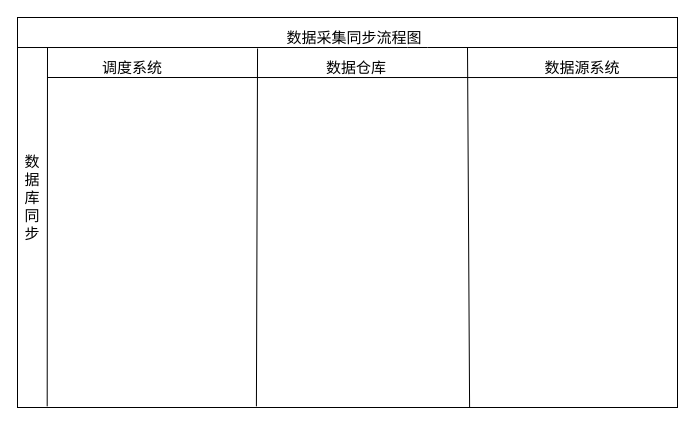
The draw.io diagram ods采集.drawio in 7970691/diagrams, before the edit. Source tidied: cells renumbered, new cells numbered last; positions are measured from the earlier drawing's top-left corner, leaving out a move shared by most shapes. Both pictures are drawn from the tidied source at 100%, with x=0, y=0 at pixel (17, 17).
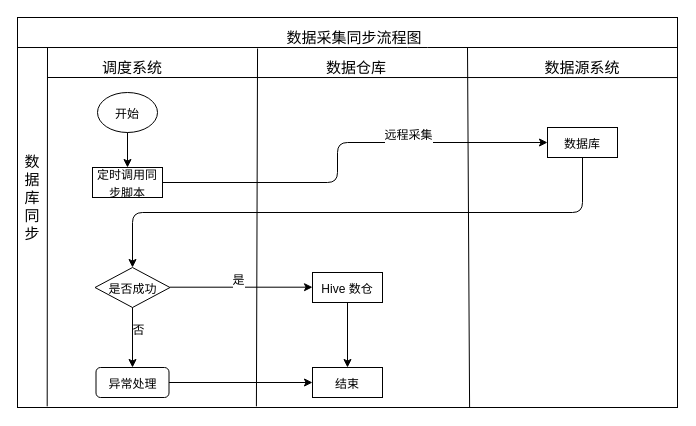
The same page after the edit.

Diff of the diagram source:
```diff
@@
+    <mxCell id="13" value="&lt;font style=&quot;font-size: 12px&quot;&gt;开始&lt;/font&gt;" style="ellipse;whiteSpace=wrap;html=1;strokeWidth=1;fillColor=none;fontSize=15;spacing=2;" parent="1" vertex="1">
+      <mxGeometry x="80" y="75" width="60" height="40" as="geometry" />
+    </mxCell>
+    <mxCell id="14" value="&lt;font style=&quot;font-size: 12px&quot;&gt;数据库&lt;/font&gt;" style="rounded=0;whiteSpace=wrap;html=1;strokeWidth=1;fillColor=none;fontSize=15;" parent="1" vertex="1">
+      <mxGeometry x="530" y="110" width="70" height="30" as="geometry" />
+    </mxCell>
+    <mxCell id="15" style="edgeStyle=elbowEdgeStyle;elbow=horizontal;endArrow=classic;html=1;fontSize=15;entryX=0;entryY=0.5;entryDx=0;entryDy=0;exitX=1;exitY=0.5;exitDx=0;exitDy=0;" parent="1" edge="1" source="17" target="14">
+      <mxGeometry relative="1" as="geometry">
+        <Array as="points">
+          <mxPoint x="320" y="140" />
+        </Array>
+      </mxGeometry>
+    </mxCell>
+    <mxCell id="16" value="&lt;font style=&quot;font-size: 12px&quot;&gt;远程采集&lt;/font&gt;" style="edgeLabel;html=1;align=center;verticalAlign=middle;fontSize=15;" parent="15" vertex="1">
+      <mxGeometry x="0.25" y="-4" relative="1" as="geometry">
+        <mxPoint x="19" y="-14" as="offset" />
+      </mxGeometry>
+    </mxCell>
+    <mxCell id="17" value="&lt;font style=&quot;font-size: 12px&quot;&gt;定时调用同步脚本&lt;/font&gt;" style="rounded=0;whiteSpace=wrap;html=1;strokeWidth=1;fillColor=none;fontSize=15;" parent="1" vertex="1">
+      <mxGeometry x="75" y="150" width="70" height="30" as="geometry" />
+    </mxCell>
+    <mxCell id="18" style="endArrow=classic;html=1;fontSize=15;exitX=0.5;exitY=1;exitDx=0;exitDy=0;" parent="1" edge="1" source="13" target="17">
+      <mxGeometry relative="1" as="geometry" />
+    </mxCell>
+    <mxCell id="19" value="&lt;font style=&quot;font-size: 12px&quot;&gt;是否成功&lt;/font&gt;" style="rhombus;whiteSpace=wrap;html=1;strokeWidth=1;fillColor=none;fontSize=15;" parent="1" vertex="1">
+      <mxGeometry x="77.5" y="250" width="75" height="40" as="geometry" />
+    </mxCell>
+    <mxCell id="20" style="endArrow=classic;html=1;fontSize=15;edgeStyle=orthogonalEdgeStyle;entryX=0.5;entryY=0;entryDx=0;entryDy=0;exitX=0.5;exitY=1;exitDx=0;exitDy=0;" parent="1" edge="1" source="14" target="19">
+      <mxGeometry relative="1" as="geometry" />
+    </mxCell>
+    <mxCell id="21" style="endArrow=classic;html=1;fontSize=15;entryX=0;entryY=0.5;entryDx=0;entryDy=0;" parent="1" edge="1">
+      <mxGeometry relative="1" as="geometry">
+        <mxPoint x="152.5" y="269.7" as="sourcePoint" />
+        <mxPoint x="295" y="269.7" as="targetPoint" />
+      </mxGeometry>
+    </mxCell>
+    <mxCell id="22" value="&lt;font style=&quot;font-size: 12px&quot;&gt;是&lt;/font&gt;" style="edgeLabel;html=1;align=center;verticalAlign=middle;fontSize=15;" parent="21" vertex="1">
+      <mxGeometry x="-0.3" relative="1" as="geometry">
+        <mxPoint x="17.8" y="-9.7" as="offset" />
+      </mxGeometry>
+    </mxCell>
+    <mxCell id="23" value="&lt;font style=&quot;font-size: 12px&quot;&gt;Hive 数仓&lt;/font&gt;" style="rounded=0;whiteSpace=wrap;html=1;strokeWidth=1;fillColor=none;fontSize=15;" parent="1" vertex="1">
+      <mxGeometry x="295" y="255" width="70" height="30" as="geometry" />
+    </mxCell>
+    <mxCell id="24" style="endArrow=classic;html=1;fontSize=15;exitX=0.5;exitY=1;exitDx=0;exitDy=0;entryX=0.5;entryY=0;entryDx=0;entryDy=0;" parent="1" edge="1" source="19" target="26">
+      <mxGeometry relative="1" as="geometry" />
+    </mxCell>
+    <mxCell id="25" value="&lt;font style=&quot;font-size: 12px&quot;&gt;否&lt;/font&gt;" style="edgeLabel;html=1;align=center;verticalAlign=middle;fontSize=15;" parent="24" vertex="1">
+      <mxGeometry x="-0.47" y="1" relative="1" as="geometry">
+        <mxPoint x="4" y="4" as="offset" />
+      </mxGeometry>
+    </mxCell>
+    <mxCell id="26" value="&lt;font style=&quot;font-size: 12px&quot;&gt;异常处理&lt;/font&gt;" style="rounded=1;whiteSpace=wrap;html=1;strokeWidth=1;fillColor=none;fontSize=15;" parent="1" vertex="1">
+      <mxGeometry x="78.5" y="350" width="73" height="30" as="geometry" />
+    </mxCell>
+    <mxCell id="27" value="&lt;font style=&quot;font-size: 12px&quot;&gt;结束&lt;/font&gt;" style="rounded=0;whiteSpace=wrap;html=1;strokeWidth=1;fillColor=none;fontSize=15;" parent="1" vertex="1">
+      <mxGeometry x="295" y="350" width="70" height="30" as="geometry" />
+    </mxCell>
+    <mxCell id="28" style="endArrow=classic;html=1;fontSize=15;exitX=1;exitY=0.5;exitDx=0;exitDy=0;entryX=0;entryY=0.5;entryDx=0;entryDy=0;" parent="1" edge="1" source="26" target="27">
+      <mxGeometry relative="1" as="geometry" />
+    </mxCell>
+    <mxCell id="29" style="endArrow=classic;html=1;fontSize=15;entryX=0.5;entryY=0;entryDx=0;entryDy=0;exitX=0.5;exitY=1;exitDx=0;exitDy=0;" parent="1" edge="1" source="23" target="27">
+      <mxGeometry relative="1" as="geometry" />
+    </mxCell>
```
